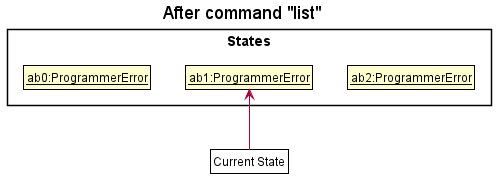
This is docs/images/commands/UndoCommand/UndoRedoState4.png from nus-cs2103-AY2122S1/tp, a PlantUML export, as it was before one commit. The source it was exported from:
```plantuml
@startuml
!include ../style.puml
skinparam ClassFontColor #000000
skinparam ClassBorderColor #000000

title After command "list"

package States <<rectangle>> {
    class State1 as "__ab0:ProgrammerError__"
    class State2 as "__ab1:ProgrammerError__"
    class State3 as "__ab2:ProgrammerError__"
}

State1 -[hidden]right-> State2
State2 -[hidden]right-> State3

class Pointer as "Current State" #FFF

Pointer -up-> State2
@enduml
```
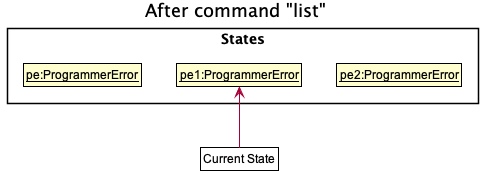
The same diagram one commit later.

Commit message:
update uml diagram

Diff of the diagram source:
```diff
@@ -6,9 +6,9 @@
 title After command "list"
 
 package States <<rectangle>> {
-    class State1 as "__ab0:ProgrammerError__"
-    class State2 as "__ab1:ProgrammerError__"
-    class State3 as "__ab2:ProgrammerError__"
+    class State1 as "__pe:ProgrammerError__"
+    class State2 as "__pe1:ProgrammerError__"
+    class State3 as "__pe2:ProgrammerError__"
 }
 
 State1 -[hidden]right-> State2
```
